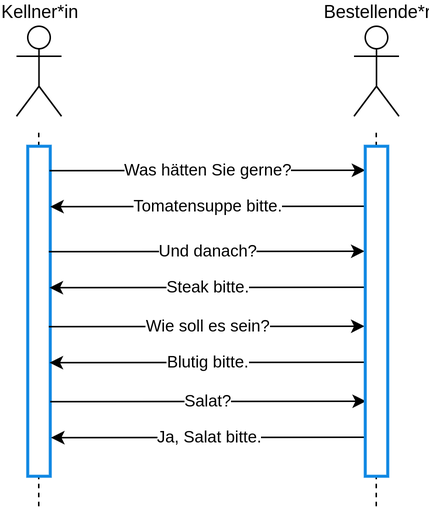
The draw.io diagram chapter17/img/Waiter_Diner.drawio.png in leonbrandt/SGSE22, before a commit. Source tidied: cells renumbered, new cells last; positions are measured from the earlier drawing's top-left corner, leaving out a move shared by most shapes. The source it was exported from:
```xml
<mxGraphModel>
  <root>
    <mxCell id="0" />
    <mxCell id="1" parent="0" />
    <mxCell id="2" value="Kellner*in" style="shape=umlActor;verticalLabelPosition=top;verticalAlign=bottom;html=1;labelPosition=center;align=center;" parent="1" vertex="1">
      <mxGeometry x="-0.5" width="30" height="60" as="geometry" />
    </mxCell>
    <mxCell id="3" style="endArrow=none;dashed=1;html=1;rounded=0;" parent="1" edge="1">
      <mxGeometry relative="1" as="geometry">
        <mxPoint x="14.3" y="320" as="sourcePoint" />
        <mxPoint x="14.3" y="70" as="targetPoint" />
      </mxGeometry>
    </mxCell>
    <mxCell id="4" style="whiteSpace=wrap;html=1;imageAspect=0;fillColor=#FFFFFF;strokeColor=#1088E3;strokeWidth=2;" parent="1" vertex="1">
      <mxGeometry x="7" y="80" width="15" height="220" as="geometry" />
    </mxCell>
    <mxCell id="5" style="endArrow=classic;html=1;rounded=0;strokeColor=#000000;exitX=0.968;exitY=0.074;exitDx=0;exitDy=0;exitPerimeter=0;" parent="1" edge="1" source="4">
      <mxGeometry relative="1" as="geometry">
        <mxPoint x="232" y="96" as="targetPoint" />
      </mxGeometry>
    </mxCell>
    <mxCell id="6" value="Was hätten Sie gerne?" style="edgeLabel;html=1;align=center;verticalAlign=middle;strokeColor=#1088E3;strokeWidth=2;fillColor=#FFFFFF;" parent="5" vertex="1">
      <mxGeometry relative="1" as="geometry" />
    </mxCell>
    <mxCell id="7" style="endArrow=classic;html=1;rounded=0;strokeColor=default;exitX=0.968;exitY=0.074;exitDx=0;exitDy=0;exitPerimeter=0;anchorPointDirection=1;" parent="1" edge="1">
      <mxGeometry relative="1" as="geometry">
        <mxPoint x="232.5" y="120" as="sourcePoint" />
        <mxPoint x="22" y="120.3" as="targetPoint" />
      </mxGeometry>
    </mxCell>
    <mxCell id="8" value="Tomatensuppe bitte." style="edgeLabel;html=1;align=center;verticalAlign=middle;strokeColor=#1088E3;strokeWidth=2;fillColor=#FFFFFF;" parent="7" vertex="1">
      <mxGeometry relative="1" as="geometry" />
    </mxCell>
    <mxCell id="9" style="endArrow=classic;html=1;rounded=0;strokeColor=#000000;exitX=0.968;exitY=0.074;exitDx=0;exitDy=0;exitPerimeter=0;" parent="1" edge="1">
      <mxGeometry relative="1" as="geometry">
        <mxPoint x="21" y="150.3" as="sourcePoint" />
        <mxPoint x="231.5" y="150" as="targetPoint" />
      </mxGeometry>
    </mxCell>
    <mxCell id="10" value="Und danach?" style="edgeLabel;html=1;align=center;verticalAlign=middle;strokeColor=#1088E3;strokeWidth=2;fillColor=#FFFFFF;" parent="9" vertex="1">
      <mxGeometry relative="1" as="geometry" />
    </mxCell>
    <mxCell id="11" style="endArrow=classic;html=1;rounded=0;strokeColor=default;exitX=0.968;exitY=0.074;exitDx=0;exitDy=0;exitPerimeter=0;anchorPointDirection=1;" parent="1" edge="1">
      <mxGeometry relative="1" as="geometry">
        <mxPoint x="232" y="174" as="sourcePoint" />
        <mxPoint x="21.5" y="174.3" as="targetPoint" />
      </mxGeometry>
    </mxCell>
    <mxCell id="12" value="Steak bitte." style="edgeLabel;html=1;align=center;verticalAlign=middle;strokeColor=#1088E3;strokeWidth=2;fillColor=#FFFFFF;" parent="11" vertex="1">
      <mxGeometry relative="1" as="geometry" />
    </mxCell>
    <mxCell id="13" style="endArrow=classic;html=1;rounded=0;strokeColor=#000000;exitX=0.968;exitY=0.074;exitDx=0;exitDy=0;exitPerimeter=0;" parent="1" edge="1">
      <mxGeometry relative="1" as="geometry">
        <mxPoint x="21" y="200.3" as="sourcePoint" />
        <mxPoint x="231.5" y="200" as="targetPoint" />
      </mxGeometry>
    </mxCell>
    <mxCell id="14" value="Wie soll es sein?" style="edgeLabel;html=1;align=center;verticalAlign=middle;strokeColor=#1088E3;strokeWidth=2;fillColor=#FFFFFF;" parent="13" vertex="1">
      <mxGeometry relative="1" as="geometry" />
    </mxCell>
    <mxCell id="15" style="endArrow=classic;html=1;rounded=0;strokeColor=default;exitX=0.968;exitY=0.074;exitDx=0;exitDy=0;exitPerimeter=0;anchorPointDirection=1;" parent="1" edge="1">
      <mxGeometry relative="1" as="geometry">
        <mxPoint x="232" y="224" as="sourcePoint" />
        <mxPoint x="21.5" y="224.3" as="targetPoint" />
      </mxGeometry>
    </mxCell>
    <mxCell id="16" value="Blutig bitte." style="edgeLabel;html=1;align=center;verticalAlign=middle;strokeColor=#1088E3;strokeWidth=2;fillColor=#FFFFFF;" parent="15" vertex="1">
      <mxGeometry relative="1" as="geometry" />
    </mxCell>
    <mxCell id="17" style="endArrow=classic;html=1;rounded=0;strokeColor=#000000;exitX=0.968;exitY=0.074;exitDx=0;exitDy=0;exitPerimeter=0;" parent="1" edge="1">
      <mxGeometry relative="1" as="geometry">
        <mxPoint x="22" y="250.3" as="sourcePoint" />
        <mxPoint x="232.5" y="250" as="targetPoint" />
      </mxGeometry>
    </mxCell>
    <mxCell id="18" value="Salat?" style="edgeLabel;html=1;align=center;verticalAlign=middle;strokeColor=#1088E3;strokeWidth=2;fillColor=#FFFFFF;" parent="17" vertex="1">
      <mxGeometry relative="1" as="geometry" />
    </mxCell>
    <mxCell id="19" style="endArrow=classic;html=1;rounded=0;strokeColor=default;exitX=0.968;exitY=0.074;exitDx=0;exitDy=0;exitPerimeter=0;anchorPointDirection=1;" parent="1" edge="1">
      <mxGeometry relative="1" as="geometry">
        <mxPoint x="233" y="274" as="sourcePoint" />
        <mxPoint x="22.5" y="274.3" as="targetPoint" />
      </mxGeometry>
    </mxCell>
    <mxCell id="20" value="Ja, Salat bitte." style="edgeLabel;html=1;align=center;verticalAlign=middle;strokeColor=#1088E3;strokeWidth=2;fillColor=#FFFFFF;" parent="19" vertex="1">
      <mxGeometry relative="1" as="geometry" />
    </mxCell>
    <mxCell id="21" value="Bestellende*r" style="shape=umlActor;verticalLabelPosition=top;verticalAlign=bottom;html=1;labelPosition=center;align=center;" parent="1" vertex="1">
      <mxGeometry x="224.5" width="30" height="60" as="geometry" />
    </mxCell>
    <mxCell id="22" style="endArrow=none;dashed=1;html=1;rounded=0;" parent="1" edge="1">
      <mxGeometry relative="1" as="geometry">
        <mxPoint x="239.3" y="320" as="sourcePoint" />
        <mxPoint x="239.3" y="70" as="targetPoint" />
      </mxGeometry>
    </mxCell>
    <mxCell id="23" style="whiteSpace=wrap;html=1;imageAspect=0;fillColor=#FFFFFF;strokeColor=#1088E3;strokeWidth=2;" parent="1" vertex="1">
      <mxGeometry x="232" y="80" width="15" height="220" as="geometry" />
    </mxCell>
  </root>
</mxGraphModel>
```
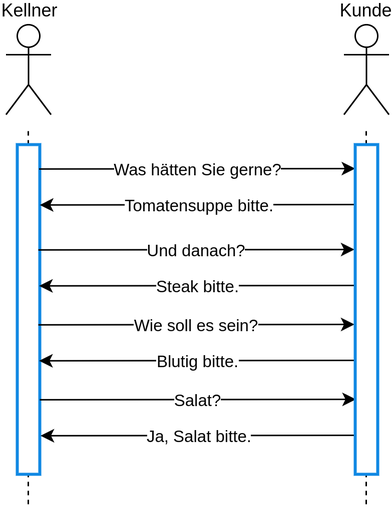
After the commit.

The edit, as a diff of the source:
```diff
@@ -2,7 +2,7 @@
   <root>
     <mxCell id="0" />
     <mxCell id="1" parent="0" />
-    <mxCell id="2" value="Kellner*in" style="shape=umlActor;verticalLabelPosition=top;verticalAlign=bottom;html=1;labelPosition=center;align=center;" parent="1" vertex="1">
+    <mxCell id="2" value="Kellner" style="shape=umlActor;verticalLabelPosition=top;verticalAlign=bottom;html=1;labelPosition=center;align=center;" parent="1" vertex="1">
       <mxGeometry x="-0.5" width="30" height="60" as="geometry" />
     </mxCell>
     <mxCell id="3" style="endArrow=none;dashed=1;html=1;rounded=0;" parent="1" edge="1">
@@ -85,7 +85,7 @@
     <mxCell id="20" value="Ja, Salat bitte." style="edgeLabel;html=1;align=center;verticalAlign=middle;strokeColor=#1088E3;strokeWidth=2;fillColor=#FFFFFF;" parent="19" vertex="1">
       <mxGeometry relative="1" as="geometry" />
     </mxCell>
-    <mxCell id="21" value="Bestellende*r" style="shape=umlActor;verticalLabelPosition=top;verticalAlign=bottom;html=1;labelPosition=center;align=center;" parent="1" vertex="1">
+    <mxCell id="21" value="Kunde&lt;br&gt;" style="shape=umlActor;verticalLabelPosition=top;verticalAlign=bottom;html=1;labelPosition=center;align=center;" parent="1" vertex="1">
       <mxGeometry x="224.5" width="30" height="60" as="geometry" />
     </mxCell>
     <mxCell id="22" style="endArrow=none;dashed=1;html=1;rounded=0;" parent="1" edge="1">
```
